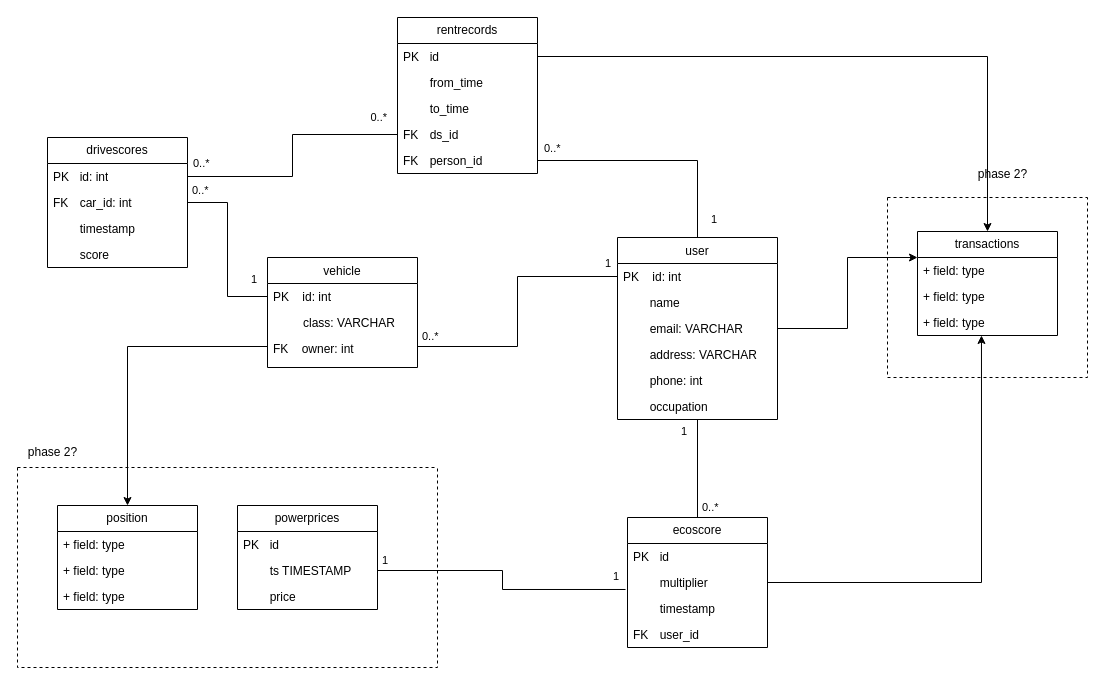
Earlier version of the draw.io diagram Project Information/Diagram/prosjektdb.drawio (ElektroMannen/Ingenior-prosjekt-1). Source tidied: cells renumbered, new cells numbered last; positions are measured from the earlier drawing's top-left corner, leaving out a move shared by most shapes. Both pictures are drawn from the tidied source at 100%, with x=0, y=0 at pixel (17, 17).
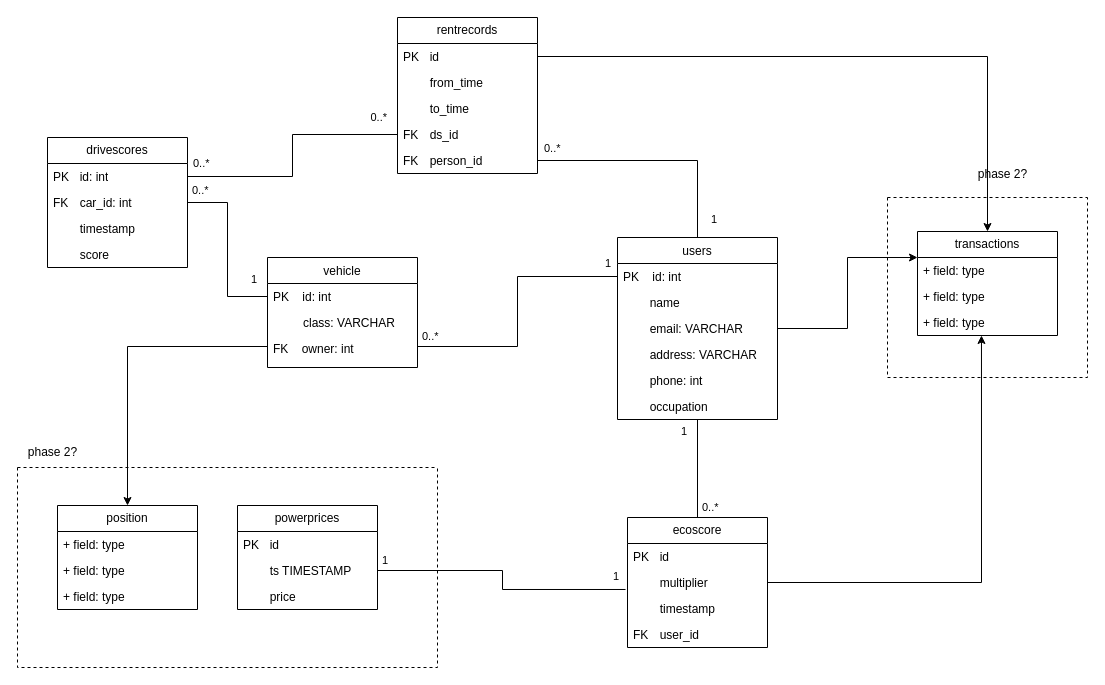
The same page after the edit.

What changed in the source:
```diff
@@
-    <mxCell id="6" value="user" style="swimlane;fontStyle=0;align=center;verticalAlign=top;horizontal=1;startSize=26;rounded=0;shadow=0;strokeWidth=1;" parent="1" vertex="1">
+    <mxCell id="6" value="users" style="swimlane;fontStyle=0;align=center;verticalAlign=top;horizontal=1;startSize=26;rounded=0;shadow=0;strokeWidth=1;" parent="1" vertex="1">
       <mxGeometry x="600" y="220" width="160" height="182" as="geometry" />
     </mxCell>
```
